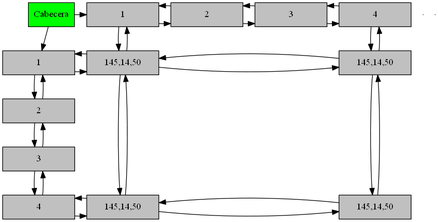
Before: ca.png, a diagram exported from Graphviz (elimazariegos/EDD_2S2019_PY1_201709426). Its source is kept beside it as ca.dot.
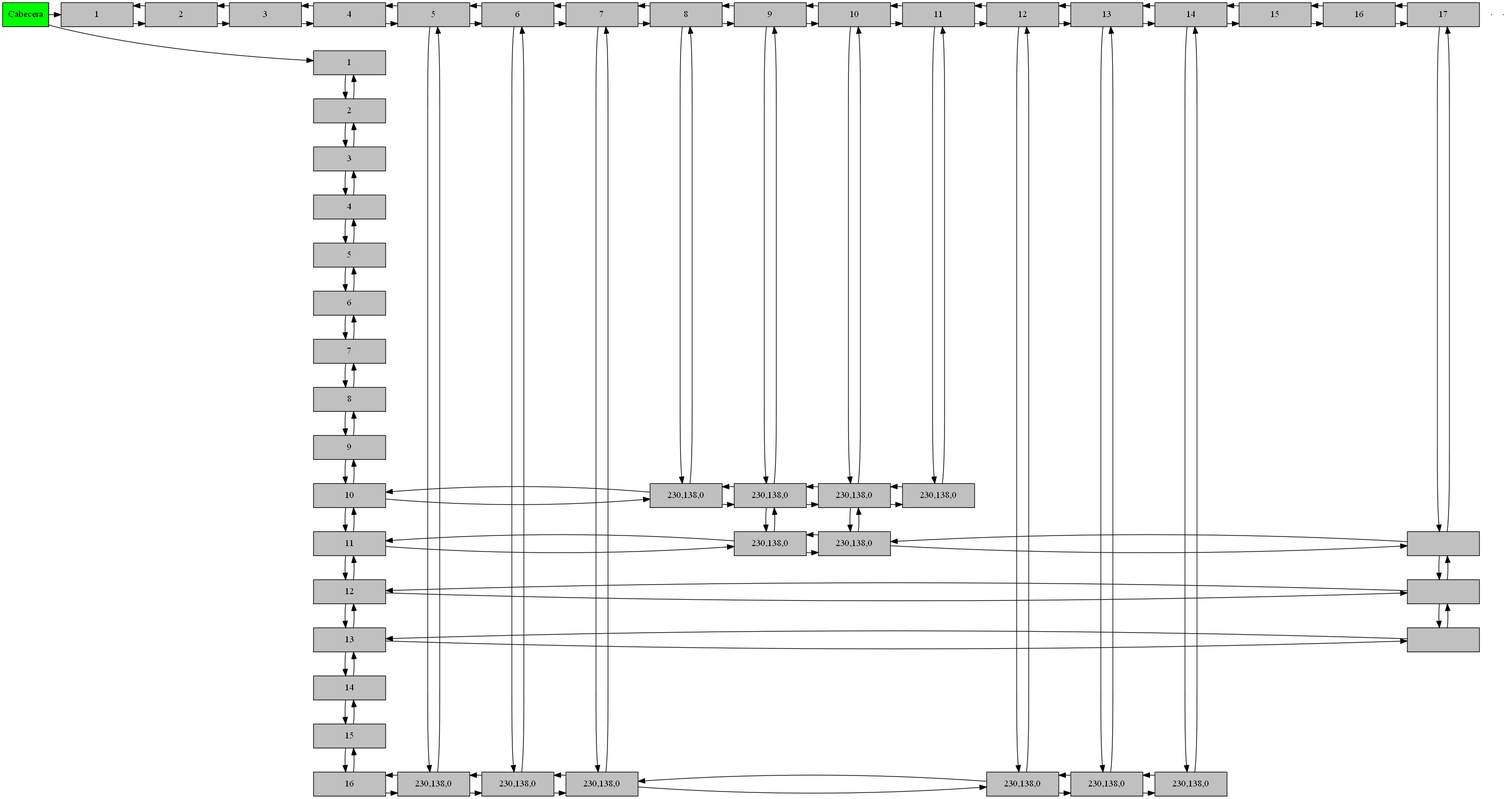
After the commit.

Diff of the diagram source:
```diff
@@ -13,6 +13,54 @@
 f3->f4
 f4->f3
 f4[label="4"width = 1.5 style=filled, fillcolor=gray, group= 0 ]
+f5[label="5"width = 1.5 style=filled, fillcolor=gray, group= 0 ]
+f4->f5
+f5->f4
+f5[label="5"width = 1.5 style=filled, fillcolor=gray, group= 0 ]
+f6[label="6"width = 1.5 style=filled, fillcolor=gray, group= 0 ]
+f5->f6
+f6->f5
+f6[label="6"width = 1.5 style=filled, fillcolor=gray, group= 0 ]
+f7[label="7"width = 1.5 style=filled, fillcolor=gray, group= 0 ]
+f6->f7
+f7->f6
+f7[label="7"width = 1.5 style=filled, fillcolor=gray, group= 0 ]
+f8[label="8"width = 1.5 style=filled, fillcolor=gray, group= 0 ]
+f7->f8
+f8->f7
+f8[label="8"width = 1.5 style=filled, fillcolor=gray, group= 0 ]
+f9[label="9"width = 1.5 style=filled, fillcolor=gray, group= 0 ]
+f8->f9
+f9->f8
+f9[label="9"width = 1.5 style=filled, fillcolor=gray, group= 0 ]
+f10[label="10"width = 1.5 style=filled, fillcolor=gray, group= 0 ]
+f9->f10
+f10->f9
+f10[label="10"width = 1.5 style=filled, fillcolor=gray, group= 0 ]
+f11[label="11"width = 1.5 style=filled, fillcolor=gray, group= 0 ]
+f10->f11
+f11->f10
+f11[label="11"width = 1.5 style=filled, fillcolor=gray, group= 0 ]
+f12[label="12"width = 1.5 style=filled, fillcolor=gray, group= 0 ]
+f11->f12
+f12->f11
+f12[label="12"width = 1.5 style=filled, fillcolor=gray, group= 0 ]
+f13[label="13"width = 1.5 style=filled, fillcolor=gray, group= 0 ]
+f12->f13
+f13->f12
+f13[label="13"width = 1.5 style=filled, fillcolor=gray, group= 0 ]
+f14[label="14"width = 1.5 style=filled, fillcolor=gray, group= 0 ]
+f13->f14
+f14->f13
+f14[label="14"width = 1.5 style=filled, fillcolor=gray, group= 0 ]
+f15[label="15"width = 1.5 style=filled, fillcolor=gray, group= 0 ]
+f14->f15
+f15->f14
+f15[label="15"width = 1.5 style=filled, fillcolor=gray, group= 0 ]
+f16[label="16"width = 1.5 style=filled, fillcolor=gray, group= 0 ]
+f15->f16
+f16->f15
+f16[label="16"width = 1.5 style=filled, fillcolor=gray, group= 0 ]
 c1[label="1"width = 1.5 style=filled, fillcolor=gray, group= 1 ]
 c2[label="2"width = 1.5 style=filled, fillcolor=gray, group= 2 ]
 c1->c2
@@ -26,32 +74,150 @@
 c3->c4
 c4->c3
 c4[label="4"width = 1.5 style=filled, fillcolor=gray, group= 4 ]
-F1_C1[width = 1.5 style=filled, fillcolor=gray, group= 1, rank = f1;]
-F1_C1[label="145,14,50"]
-F1_C1->F1_C4
-F1_C1->F4_C1
-f1->F1_C1
-F1_C1->f1
-c1->F1_C1
-F1_C1->c1
-F1_C4[width = 1.5 style=filled, fillcolor=gray, group= 4, rank = f1;]
-F1_C4[label="145,14,50"]
-F1_C4->F4_C4
-F1_C4->F1_C1
-c4->F1_C4
-F1_C4->c4
-F4_C1[width = 1.5 style=filled, fillcolor=gray, group= 1, rank = f4;]
-F4_C1[label="145,14,50"]
-F4_C1->F4_C4
-F4_C1->F1_C1
-f4->F4_C1
-F4_C1->f4
-F4_C4[width = 1.5 style=filled, fillcolor=gray, group= 4, rank = f4;]
-F4_C4[label="145,14,50"]
-F4_C4->F1_C4
-F4_C4->F4_C1
-{rank = same f1;F1_C1;F1_C4;}{rank = same f2;}{rank = same f3;}{rank = same f4;F4_C1;F4_C4;}{rank = same;Cabecera;
-c1;c2;c3;c4;}
+c5[label="5"width = 1.5 style=filled, fillcolor=gray, group= 5 ]
+c4->c5
+c5->c4
+c5[label="5"width = 1.5 style=filled, fillcolor=gray, group= 5 ]
+c6[label="6"width = 1.5 style=filled, fillcolor=gray, group= 6 ]
+c5->c6
+c6->c5
+c6[label="6"width = 1.5 style=filled, fillcolor=gray, group= 6 ]
+c7[label="7"width = 1.5 style=filled, fillcolor=gray, group= 7 ]
+c6->c7
+c7->c6
+c7[label="7"width = 1.5 style=filled, fillcolor=gray, group= 7 ]
+c8[label="8"width = 1.5 style=filled, fillcolor=gray, group= 8 ]
+c7->c8
+c8->c7
+c8[label="8"width = 1.5 style=filled, fillcolor=gray, group= 8 ]
+c9[label="9"width = 1.5 style=filled, fillcolor=gray, group= 9 ]
+c8->c9
+c9->c8
+c9[label="9"width = 1.5 style=filled, fillcolor=gray, group= 9 ]
+c10[label="10"width = 1.5 style=filled, fillcolor=gray, group= 10 ]
+c9->c10
+c10->c9
+c10[label="10"width = 1.5 style=filled, fillcolor=gray, group= 10 ]
+c11[label="11"width = 1.5 style=filled, fillcolor=gray, group= 11 ]
+c10->c11
+c11->c10
+c11[label="11"width = 1.5 style=filled, fillcolor=gray, group= 11 ]
+c12[label="12"width = 1.5 style=filled, fillcolor=gray, group= 12 ]
+c11->c12
+c12->c11
+c12[label="12"width = 1.5 style=filled, fillcolor=gray, group= 12 ]
+c13[label="13"width = 1.5 style=filled, fillcolor=gray, group= 13 ]
+c12->c13
+c13->c12
+c13[label="13"width = 1.5 style=filled, fillcolor=gray, group= 13 ]
+c14[label="14"width = 1.5 style=filled, fillcolor=gray, group= 14 ]
+c13->c14
+c14->c13
+c14[label="14"width = 1.5 style=filled, fillcolor=gray, group= 14 ]
+c15[label="15"width = 1.5 style=filled, fillcolor=gray, group= 15 ]
+c14->c15
+c15->c14
+c15[label="15"width = 1.5 style=filled, fillcolor=gray, group= 15 ]
+c16[label="16"width = 1.5 style=filled, fillcolor=gray, group= 16 ]
+c15->c16
+c16->c15
+c16[label="16"width = 1.5 style=filled, fillcolor=gray, group= 16 ]
+c17[label="17"width = 1.5 style=filled, fillcolor=gray, group= 17 ]
+c16->c17
+c17->c16
+c17[label="17"width = 1.5 style=filled, fillcolor=gray, group= 17 ]
+F10_C8[width = 1.5 style=filled, fillcolor=gray, group= 8, rank = f10;]
+F10_C8[label="230,138,0"]
+F10_C8->F10_C9
+f10->F10_C8
+F10_C8->f10
+c8->F10_C8
+F10_C8->c8
+F10_C9[width = 1.5 style=filled, fillcolor=gray, group= 9, rank = f10;]
+F10_C9[label="230,138,0"]
+F10_C9->F10_C10
+F10_C9->F11_C9
+F10_C9->F10_C8
+c9->F10_C9
+F10_C9->c9
+F10_C10[width = 1.5 style=filled, fillcolor=gray, group= 10, rank = f10;]
+F10_C10[label="230,138,0"]
+F10_C10->F10_C11
+F10_C10->F11_C10
+F10_C10->F10_C9
+c10->F10_C10
+F10_C10->c10
+F10_C11[width = 1.5 style=filled, fillcolor=gray, group= 11, rank = f10;]
+F10_C11[label="230,138,0"]
+F10_C11->F10_C10
+c11->F10_C11
+F10_C11->c11
+F11_C9[width = 1.5 style=filled, fillcolor=gray, group= 9, rank = f11;]
+F11_C9[label="230,138,0"]
+F11_C9->F11_C10
+F11_C9->F10_C9
+f11->F11_C9
+F11_C9->f11
+F11_C10[width = 1.5 style=filled, fillcolor=gray, group= 10, rank = f11;]
+F11_C10[label="230,138,0"]
+F11_C10->F11_C17
+F11_C10->F10_C10
+F11_C10->F11_C9
+F11_C17[width = 1.5 style=filled, fillcolor=gray, group= 17, rank = f11;]
+F11_C17[label=""]
+F11_C17->F12_C17
+F11_C17->F11_C10
+c17->F11_C17
+F11_C17->c17
+F12_C17[width = 1.5 style=filled, fillcolor=gray, group= 17, rank = f12;]
+F12_C17[label=""]
+F12_C17->F13_C17
+F12_C17->F11_C17
+f12->F12_C17
+F12_C17->f12
+F13_C17[width = 1.5 style=filled, fillcolor=gray, group= 17, rank = f13;]
+F13_C17[label=""]
+F13_C17->F12_C17
+f13->F13_C17
+F13_C17->f13
+F16_C5[width = 1.5 style=filled, fillcolor=gray, group= 5, rank = f16;]
+F16_C5[label="230,138,0"]
+F16_C5->F16_C6
+f16->F16_C5
+F16_C5->f16
+c5->F16_C5
+F16_C5->c5
+F16_C6[width = 1.5 style=filled, fillcolor=gray, group= 6, rank = f16;]
+F16_C6[label="230,138,0"]
+F16_C6->F16_C7
+F16_C6->F16_C5
+c6->F16_C6
+F16_C6->c6
+F16_C7[width = 1.5 style=filled, fillcolor=gray, group= 7, rank = f16;]
+F16_C7[label="230,138,0"]
+F16_C7->F16_C12
+F16_C7->F16_C6
+c7->F16_C7
+F16_C7->c7
+F16_C12[width = 1.5 style=filled, fillcolor=gray, group= 12, rank = f16;]
+F16_C12[label="230,138,0"]
+F16_C12->F16_C13
+F16_C12->F16_C7
+c12->F16_C12
+F16_C12->c12
+F16_C13[width = 1.5 style=filled, fillcolor=gray, group= 13, rank = f16;]
+F16_C13[label="230,138,0"]
+F16_C13->F16_C14
+F16_C13->F16_C12
+c13->F16_C13
+F16_C13->c13
+F16_C14[width = 1.5 style=filled, fillcolor=gray, group= 14, rank = f16;]
+F16_C14[label="230,138,0"]
+F16_C14->F16_C13
+c14->F16_C14
+F16_C14->c14
+{rank = same f1;}{rank = same f2;}{rank = same f3;}{rank = same f4;}{rank = same f5;}{rank = same f6;}{rank = same f7;}{rank = same f8;}{rank = same f9;}{rank = same f10;F10_C8;F10_C9;F10_C10;F10_C11;}{rank = same f11;F11_C9;F11_C10;F11_C17;}{rank = same f12;F12_C17;}{rank = same f13;F13_C17;}{rank = same f14;}{rank = same f15;}{rank = same f16;F16_C5;F16_C6;F16_C7;F16_C12;F16_C13;F16_C14;}{rank = same;Cabecera;
+c1;c2;c3;c4;c5;c6;c7;c8;c9;c10;c11;c12;c13;c14;c15;c16;c17;}
 Cabecera->f1
 Cabecera->c1
 }
```
